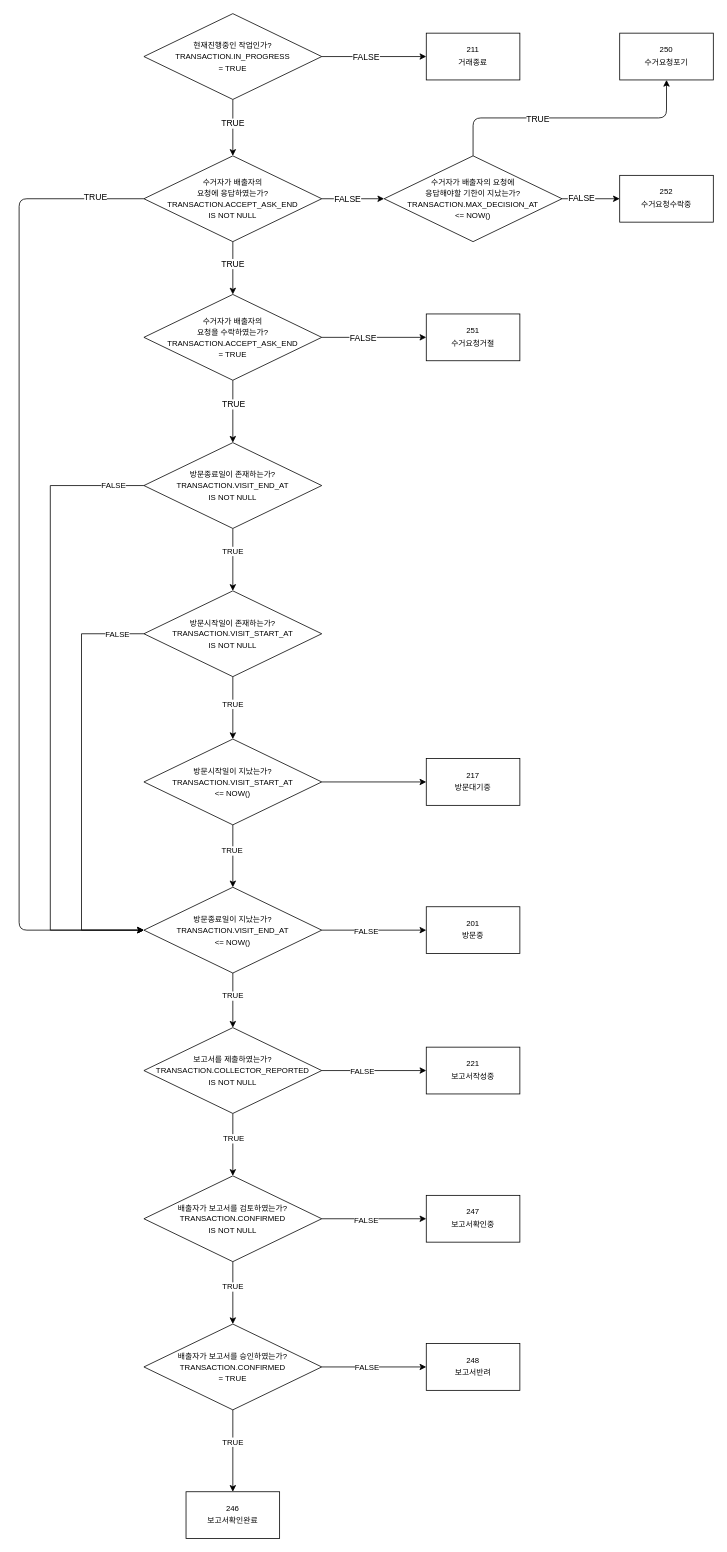
Before: drawio/V_TRANSACTION_STATE.drawio in Leo-Nam/stored-procedures, a draw.io diagram. Source tidied: cells renumbered, new cells numbered last; positions are measured from the earlier drawing's top-left corner, leaving out a move shared by most shapes. Both pictures are drawn from the tidied source at 78%, with x=0, y=0 at pixel (19, 13).
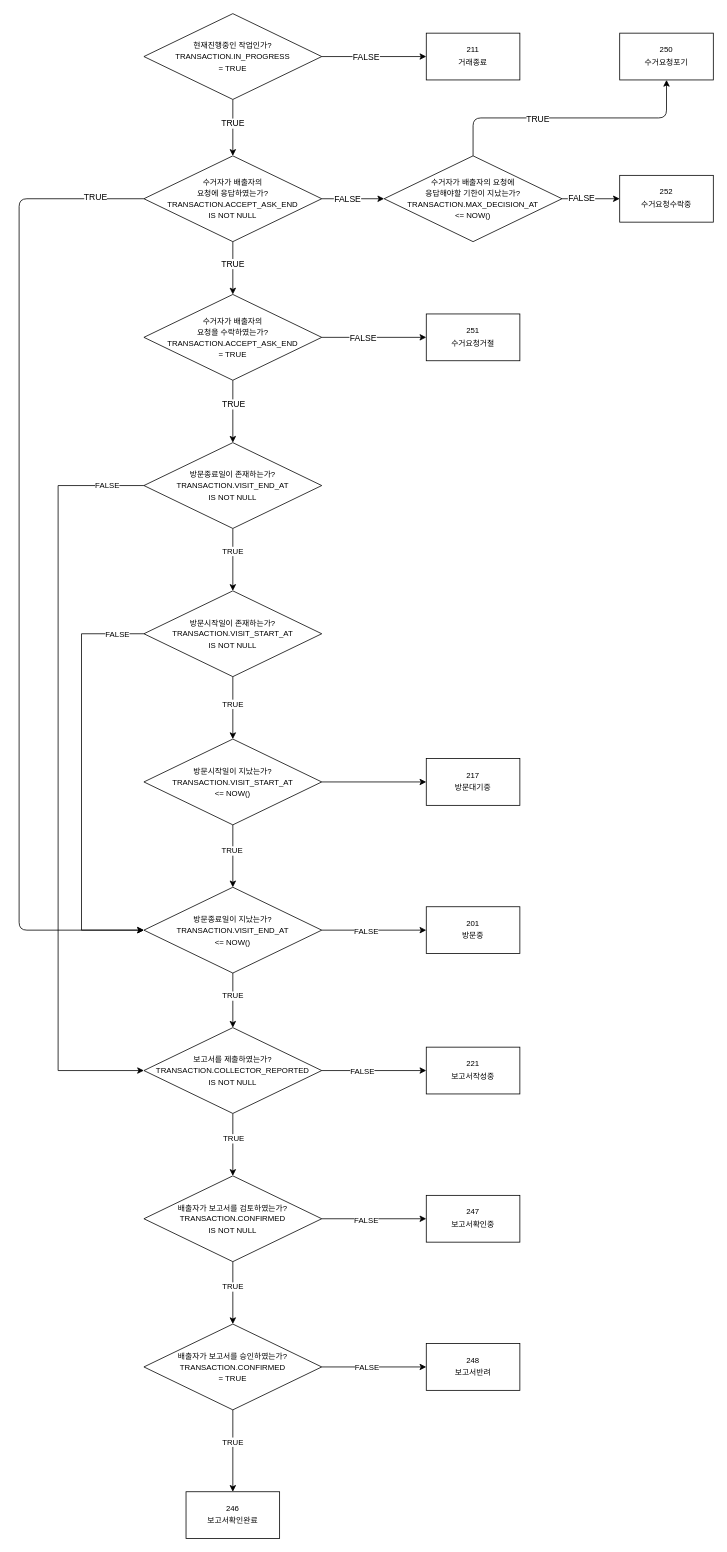
The same diagram, later.

Unchanged cells that the change refers to:
```xml
<mxCell id="8" value="&lt;font style=&quot;font-size: 10px&quot;&gt;&lt;span style=&quot;font-size: 10px&quot;&gt;방문종료일이 존재하는가?&lt;/span&gt;&lt;br style=&quot;font-size: 10px&quot;&gt;&lt;span style=&quot;font-size: 10px&quot;&gt;TRANSACTION.VISIT_END_AT&lt;/span&gt;&lt;br&gt;&lt;span&gt;IS NOT NULL&lt;/span&gt;&lt;br&gt;&lt;/font&gt;" style="rhombus;whiteSpace=wrap;html=1;" parent="1" vertex="1">
  <mxGeometry x="160" y="550" width="228" height="110" as="geometry" />
</mxCell>
<mxCell id="24" value="&lt;font style=&quot;font-size: 10px&quot;&gt;&lt;span style=&quot;font-size: 10px&quot;&gt;방문종료일이 지났는가?&lt;/span&gt;&lt;br style=&quot;font-size: 10px&quot;&gt;&lt;span style=&quot;font-size: 10px&quot;&gt;TRANSACTION.VISIT_END_AT&lt;/span&gt;&lt;br&gt;&lt;span&gt;&amp;lt;= NOW()&lt;/span&gt;&lt;br&gt;&lt;/font&gt;" style="rhombus;whiteSpace=wrap;html=1;" parent="1" vertex="1">
  <mxGeometry x="160" y="1120" width="228" height="110" as="geometry" />
</mxCell>
<mxCell id="31" value="&lt;font&gt;&lt;span style=&quot;font-size: 10px&quot;&gt;보고서를 제출하였는가?&lt;/span&gt;&lt;br style=&quot;font-size: 10px&quot;&gt;&lt;span style=&quot;font-size: 10px&quot;&gt;TRANSACTION.COLLECTOR_REPORTED&lt;/span&gt;&lt;br&gt;&lt;span style=&quot;font-size: 10px&quot;&gt;IS NOT NULL&lt;/span&gt;&lt;br&gt;&lt;/font&gt;" style="rhombus;whiteSpace=wrap;html=1;" parent="1" vertex="1">
  <mxGeometry x="160" y="1300" width="228" height="110" as="geometry" />
</mxCell>
```

Diff of the diagram source:
```diff
@@
-    <mxCell id="6" style="edgeStyle=orthogonalEdgeStyle;rounded=0;jettySize=auto;html=1;entryX=0;entryY=0.5;entryDx=0;entryDy=0;fontSize=10;exitX=0;exitY=0.5;exitDx=0;exitDy=0;" parent="1" edge="1" source="8" target="24">
+    <mxCell id="6" style="edgeStyle=orthogonalEdgeStyle;rounded=0;jettySize=auto;html=1;entryX=0;entryY=0.5;entryDx=0;entryDy=0;fontSize=10;exitX=0;exitY=0.5;exitDx=0;exitDy=0;" parent="1" edge="1" source="8" target="31">
       <mxGeometry relative="1" as="geometry">
         <Array as="points">
-          <mxPoint x="40" y="605" />
-          <mxPoint x="40" y="1175" />
+          <mxPoint x="50" y="605" />
+          <mxPoint x="50" y="1355" />
         </Array>
       </mxGeometry>
     </mxCell>
```
